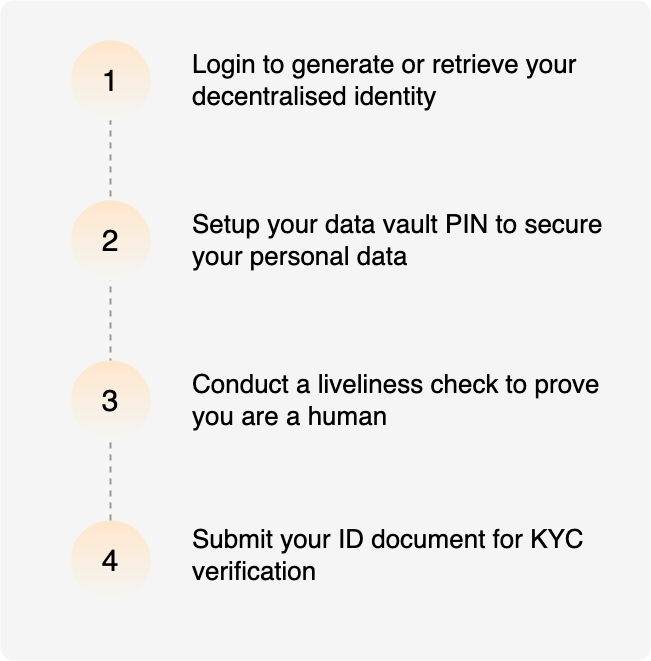
hypersign-protocol/hypersign-kyc-widget keeps this draw.io diagram as src/assets/page0.png. Above is the earlier version. Source tidied: cells renumbered, new cells last; positions are measured from the earlier drawing's top-left corner, leaving out a move shared by most shapes.
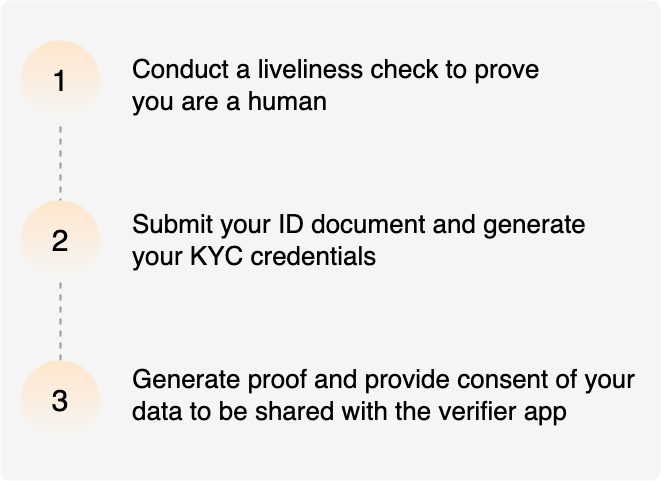
After the commit.

What changed in the source:
```diff
@@ -2,35 +2,29 @@
   <root>
     <mxCell id="0" />
     <mxCell id="1" parent="0" />
-    <mxCell id="2" style="rounded=1;whiteSpace=wrap;html=1;arcSize=2;fillColor=#f5f5f5;strokeColor=none;" parent="1" vertex="1">
-      <mxGeometry width="650" height="660" as="geometry" />
-    </mxCell>
+    <mxCell id="12" style="rounded=1;whiteSpace=wrap;html=1;arcSize=2;fillColor=#f5f5f5;strokeColor=none;" parent="1" vertex="1">
+      <mxGeometry x="50" width="660" height="480" as="geometry" />
+    </mxCell>
     <mxCell id="3" value="&lt;font style=&quot;font-size: 30px;&quot;&gt;1&lt;/font&gt;" style="ellipse;whiteSpace=wrap;html=1;fillColor=#ffe6cc;strokeColor=none;gradientColor=#F5F6F5;" parent="1" vertex="1">
       <mxGeometry x="70" y="40" width="80" height="80" as="geometry" />
     </mxCell>
-    <mxCell id="4" value="&lt;font style=&quot;font-size: 26px;&quot;&gt;Login to generate or retrieve your decentralised identity&lt;/font&gt;" style="text;html=1;strokeColor=none;fillColor=none;align=left;verticalAlign=middle;whiteSpace=wrap;rounded=0;" parent="1" vertex="1">
-      <mxGeometry x="190" y="65" width="420" height="30" as="geometry" />
-    </mxCell>
     <mxCell id="5" value="&lt;font style=&quot;font-size: 26px;&quot;&gt;Conduct a liveliness check to prove you are a human&lt;/font&gt;" style="text;html=1;strokeColor=none;fillColor=none;align=left;verticalAlign=middle;whiteSpace=wrap;rounded=0;" parent="1" vertex="1">
-      <mxGeometry x="190" y="385" width="420" height="30" as="geometry" />
+      <mxGeometry x="180" y="70" width="420" height="30" as="geometry" />
     </mxCell>
-    <mxCell id="6" value="&lt;font style=&quot;font-size: 26px;&quot;&gt;Submit your ID document for KYC verification&lt;/font&gt;" style="text;html=1;strokeColor=none;fillColor=#f5f5f5;align=left;verticalAlign=middle;whiteSpace=wrap;rounded=0;" parent="1" vertex="1">
-      <mxGeometry x="190" y="540" width="420" height="30" as="geometry" />
-    </mxCell>
-    <mxCell id="7" value="&lt;font style=&quot;font-size: 26px;&quot;&gt;Setup your data vault PIN to secure your personal data&lt;/font&gt;" style="text;html=1;strokeColor=none;fillColor=none;align=left;verticalAlign=middle;whiteSpace=wrap;rounded=0;" parent="1" vertex="1">
-      <mxGeometry x="190" y="225" width="420" height="30" as="geometry" />
-    </mxCell>
-    <mxCell id="8" value="&lt;font style=&quot;font-size: 30px;&quot;&gt;4&lt;/font&gt;" style="ellipse;whiteSpace=wrap;html=1;fillColor=#ffe6cc;strokeColor=none;gradientColor=#F5F6F5;" parent="1" vertex="1">
-      <mxGeometry x="70" y="520" width="80" height="80" as="geometry" />
-    </mxCell>
-    <mxCell id="9" style="endArrow=none;dashed=1;html=1;rounded=0;fontSize=30;entryX=0.5;entryY=1;entryDx=0;entryDy=0;exitX=0.5;exitY=0;exitDx=0;exitDy=0;strokeWidth=2;strokeColor=#999999;" parent="1" edge="1" source="8" target="3">
-      <mxGeometry relative="1" as="geometry" />
-    </mxCell>
+    <mxCell id="13" value="&lt;font style=&quot;font-size: 26px;&quot;&gt;Submit your ID document and generate your KYC credentials&lt;/font&gt;" style="text;html=1;strokeColor=none;fillColor=#f5f5f5;align=left;verticalAlign=middle;whiteSpace=wrap;rounded=0;" parent="1" vertex="1">
+      <mxGeometry x="180" y="225" width="460" height="30" as="geometry" />
+    </mxCell>
+    <mxCell id="14" style="endArrow=none;dashed=1;html=1;rounded=0;fontSize=30;entryX=0.5;entryY=1;entryDx=0;entryDy=0;strokeWidth=2;strokeColor=#999999;" parent="1" edge="1" source="11" target="3">
+      <mxGeometry relative="1" as="geometry" />
+    </mxCell>
     <mxCell id="10" value="&lt;font style=&quot;font-size: 30px;&quot;&gt;2&lt;/font&gt;" style="ellipse;whiteSpace=wrap;html=1;fillColor=#ffe6cc;strokeColor=none;gradientColor=#F5F6F5;" parent="1" vertex="1">
       <mxGeometry x="70" y="200" width="80" height="80" as="geometry" />
     </mxCell>
     <mxCell id="11" value="&lt;font style=&quot;font-size: 30px;&quot;&gt;3&lt;/font&gt;" style="ellipse;whiteSpace=wrap;html=1;fillColor=#ffe6cc;strokeColor=none;gradientColor=#F5F6F5;" parent="1" vertex="1">
       <mxGeometry x="70" y="360" width="80" height="80" as="geometry" />
     </mxCell>
+    <mxCell id="15" value="&lt;font style=&quot;font-size: 26px;&quot;&gt;Generate proof and provide consent of your data to be shared with the verifier app&lt;/font&gt;" style="text;html=1;strokeColor=none;fillColor=#f5f5f5;align=left;verticalAlign=middle;whiteSpace=wrap;rounded=0;" parent="1" vertex="1">
+      <mxGeometry x="180" y="380" width="530" height="30" as="geometry" />
+    </mxCell>
   </root>
 </mxGraphModel>
```
